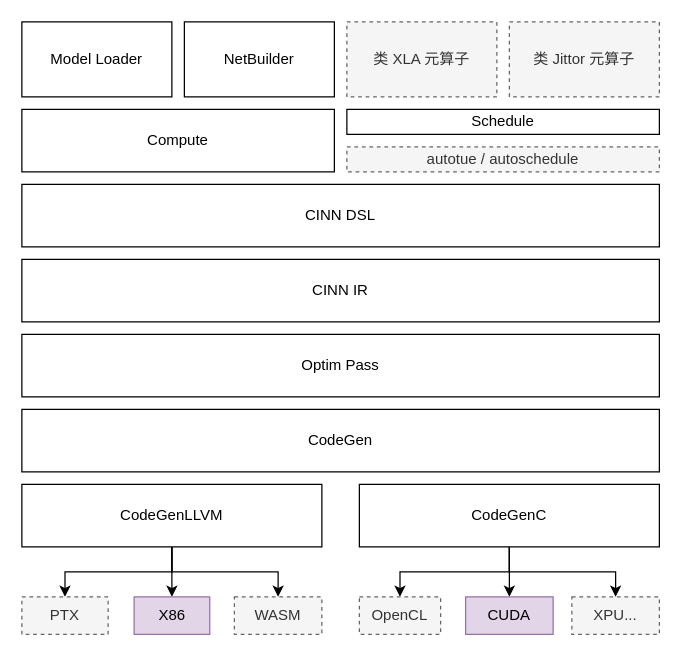
The draw.io diagram CINN Architecture.drawio in Superjomn/_tmp_images, before the edit. Source tidied: cells renumbered, new cells numbered last; positions are measured from the earlier drawing's top-left corner, leaving out a move shared by most shapes. Both pictures are drawn from the tidied source at 125%, with x=0, y=0 at pixel (21, 21).
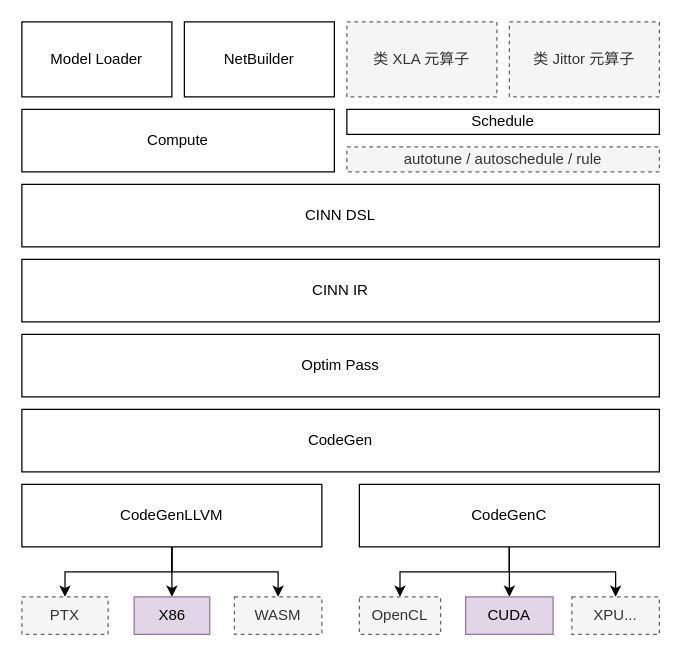
After the change.

Diff of the diagram source:
```diff
@@
-    <mxCell id="26" value="autotue / autoschedule" style="rounded=0;whiteSpace=wrap;html=1;dashed=1;fillColor=#f5f5f5;strokeColor=#666666;fontColor=#333333;" parent="1" vertex="1">
+    <mxCell id="26" value="autotune / autoschedule / rule" style="rounded=0;whiteSpace=wrap;html=1;dashed=1;fillColor=#f5f5f5;strokeColor=#666666;fontColor=#333333;" parent="1" vertex="1">
       <mxGeometry x="260" y="100" width="250" height="20" as="geometry" />
     </mxCell>
```
